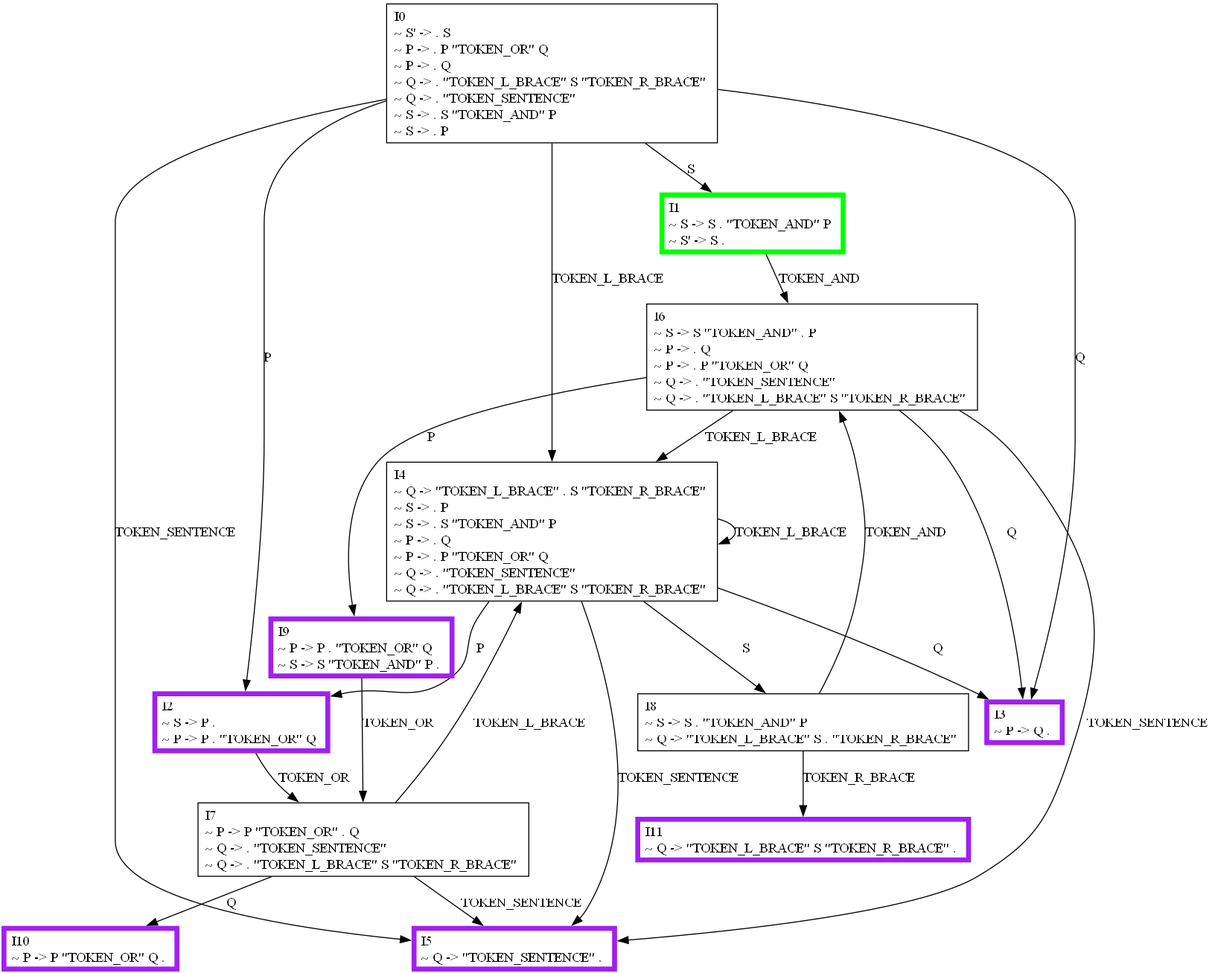
Earlier version of the Graphviz export graph/slr.png (MarchMol/syntax_analyzer). Its source is kept beside it as graph/slr.dot.
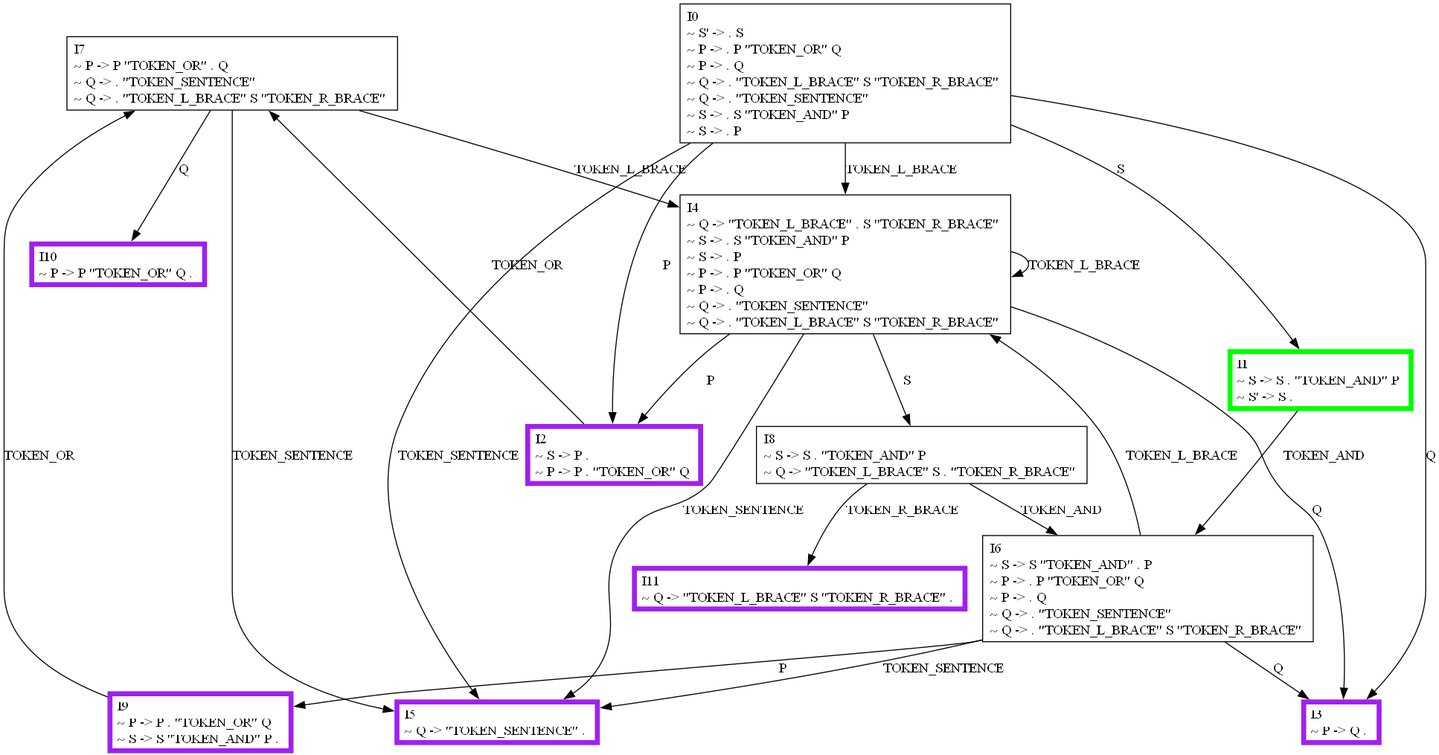
Above is the later version.

The edit, as a diff of the source:
```diff
@@ -1,36 +1,36 @@
 digraph {
-    0 [ label = "I0\l~ S' -> . S \l~ P -> . P \"TOKEN_OR\" Q \l~ P -> . Q \l~ Q -> . \"TOKEN_L_BRACE\" S \"TOKEN_R_BRACE\" \l~ Q -> . \"TOKEN_SENTENCE\" \l~ S -> . S \"TOKEN_AND\" P \l~ S -> . P \l" shape=box]
-    1 [ label = "I1\l~ S -> S . \"TOKEN_AND\" P \l~ S' -> S . \l" shape=box, color=green, penwidth=5]
-    2 [ label = "I4\l~ Q -> \"TOKEN_L_BRACE\" . S \"TOKEN_R_BRACE\" \l~ S -> . P \l~ S -> . S \"TOKEN_AND\" P \l~ P -> . Q \l~ P -> . P \"TOKEN_OR\" Q \l~ Q -> . \"TOKEN_SENTENCE\" \l~ Q -> . \"TOKEN_L_BRACE\" S \"TOKEN_R_BRACE\" \l" shape=box]
-    3 [ label = "I2\l~ S -> P . \l~ P -> P . \"TOKEN_OR\" Q \l" shape=box, color=purple, penwidth=5]
-    4 [ label = "I7\l~ P -> P \"TOKEN_OR\" . Q \l~ Q -> . \"TOKEN_SENTENCE\" \l~ Q -> . \"TOKEN_L_BRACE\" S \"TOKEN_R_BRACE\" \l" shape=box]
-    5 [ label = "I8\l~ S -> S . \"TOKEN_AND\" P \l~ Q -> \"TOKEN_L_BRACE\" S . \"TOKEN_R_BRACE\" \l" shape=box]
-    6 [ label = "I9\l~ P -> P . \"TOKEN_OR\" Q \l~ S -> S \"TOKEN_AND\" P . \l" shape=box, color=purple, penwidth=5]
-    7 [ label = "I6\l~ S -> S \"TOKEN_AND\" . P \l~ P -> . Q \l~ P -> . P \"TOKEN_OR\" Q \l~ Q -> . \"TOKEN_SENTENCE\" \l~ Q -> . \"TOKEN_L_BRACE\" S \"TOKEN_R_BRACE\" \l" shape=box]
-    8 [ label = "I5\l~ Q -> \"TOKEN_SENTENCE\" . \l" shape=box, color=purple, penwidth=5]
-    9 [ label = "I3\l~ P -> Q . \l" shape=box, color=purple, penwidth=5]
-    10 [ label = "I10\l~ P -> P \"TOKEN_OR\" Q . \l" shape=box, color=purple, penwidth=5]
-    11 [ label = "I11\l~ Q -> \"TOKEN_L_BRACE\" S \"TOKEN_R_BRACE\" . \l" shape=box, color=purple, penwidth=5]
-    0 -> 1 [ label = "S" ]
-    0 -> 8 [ label = "TOKEN_SENTENCE" ]
-    0 -> 2 [ label = "TOKEN_L_BRACE" ]
-    0 -> 9 [ label = "Q" ]
-    0 -> 3 [ label = "P" ]
+    0 [ label = "I7\l~ P -> P \"TOKEN_OR\" . Q \l~ Q -> . \"TOKEN_SENTENCE\" \l~ Q -> . \"TOKEN_L_BRACE\" S \"TOKEN_R_BRACE\" \l" shape=box]
+    1 [ label = "I8\l~ S -> S . \"TOKEN_AND\" P \l~ Q -> \"TOKEN_L_BRACE\" S . \"TOKEN_R_BRACE\" \l" shape=box]
+    2 [ label = "I2\l~ S -> P . \l~ P -> P . \"TOKEN_OR\" Q \l" shape=box, color=purple, penwidth=5]
+    3 [ label = "I4\l~ Q -> \"TOKEN_L_BRACE\" . S \"TOKEN_R_BRACE\" \l~ S -> . S \"TOKEN_AND\" P \l~ S -> . P \l~ P -> . P \"TOKEN_OR\" Q \l~ P -> . Q \l~ Q -> . \"TOKEN_SENTENCE\" \l~ Q -> . \"TOKEN_L_BRACE\" S \"TOKEN_R_BRACE\" \l" shape=box]
+    4 [ label = "I0\l~ S' -> . S \l~ P -> . P \"TOKEN_OR\" Q \l~ P -> . Q \l~ Q -> . \"TOKEN_L_BRACE\" S \"TOKEN_R_BRACE\" \l~ Q -> . \"TOKEN_SENTENCE\" \l~ S -> . S \"TOKEN_AND\" P \l~ S -> . P \l" shape=box]
+    5 [ label = "I9\l~ P -> P . \"TOKEN_OR\" Q \l~ S -> S \"TOKEN_AND\" P . \l" shape=box, color=purple, penwidth=5]
+    6 [ label = "I1\l~ S -> S . \"TOKEN_AND\" P \l~ S' -> S . \l" shape=box, color=green, penwidth=5]
+    7 [ label = "I6\l~ S -> S \"TOKEN_AND\" . P \l~ P -> . P \"TOKEN_OR\" Q \l~ P -> . Q \l~ Q -> . \"TOKEN_SENTENCE\" \l~ Q -> . \"TOKEN_L_BRACE\" S \"TOKEN_R_BRACE\" \l" shape=box]
+    8 [ label = "I10\l~ P -> P \"TOKEN_OR\" Q . \l" shape=box, color=purple, penwidth=5]
+    9 [ label = "I5\l~ Q -> \"TOKEN_SENTENCE\" . \l" shape=box, color=purple, penwidth=5]
+    10 [ label = "I11\l~ Q -> \"TOKEN_L_BRACE\" S \"TOKEN_R_BRACE\" . \l" shape=box, color=purple, penwidth=5]
+    11 [ label = "I3\l~ P -> Q . \l" shape=box, color=purple, penwidth=5]
+    0 -> 3 [ label = "TOKEN_L_BRACE" ]
+    0 -> 8 [ label = "Q" ]
+    0 -> 9 [ label = "TOKEN_SENTENCE" ]
     1 -> 7 [ label = "TOKEN_AND" ]
-    2 -> 3 [ label = "P" ]
-    2 -> 8 [ label = "TOKEN_SENTENCE" ]
-    2 -> 5 [ label = "S" ]
-    2 -> 9 [ label = "Q" ]
-    2 -> 2 [ label = "TOKEN_L_BRACE" ]
-    3 -> 4 [ label = "TOKEN_OR" ]
-    4 -> 8 [ label = "TOKEN_SENTENCE" ]
-    4 -> 10 [ label = "Q" ]
-    4 -> 2 [ label = "TOKEN_L_BRACE" ]
-    5 -> 7 [ label = "TOKEN_AND" ]
-    5 -> 11 [ label = "TOKEN_R_BRACE" ]
-    6 -> 4 [ label = "TOKEN_OR" ]
-    7 -> 9 [ label = "Q" ]
-    7 -> 6 [ label = "P" ]
-    7 -> 2 [ label = "TOKEN_L_BRACE" ]
-    7 -> 8 [ label = "TOKEN_SENTENCE" ]
+    1 -> 10 [ label = "TOKEN_R_BRACE" ]
+    2 -> 0 [ label = "TOKEN_OR" ]
+    3 -> 9 [ label = "TOKEN_SENTENCE" ]
+    3 -> 1 [ label = "S" ]
+    3 -> 11 [ label = "Q" ]
+    3 -> 3 [ label = "TOKEN_L_BRACE" ]
+    3 -> 2 [ label = "P" ]
+    4 -> 2 [ label = "P" ]
+    4 -> 6 [ label = "S" ]
+    4 -> 11 [ label = "Q" ]
+    4 -> 3 [ label = "TOKEN_L_BRACE" ]
+    4 -> 9 [ label = "TOKEN_SENTENCE" ]
+    5 -> 0 [ label = "TOKEN_OR" ]
+    6 -> 7 [ label = "TOKEN_AND" ]
+    7 -> 3 [ label = "TOKEN_L_BRACE" ]
+    7 -> 5 [ label = "P" ]
+    7 -> 11 [ label = "Q" ]
+    7 -> 9 [ label = "TOKEN_SENTENCE" ]
 }
```
